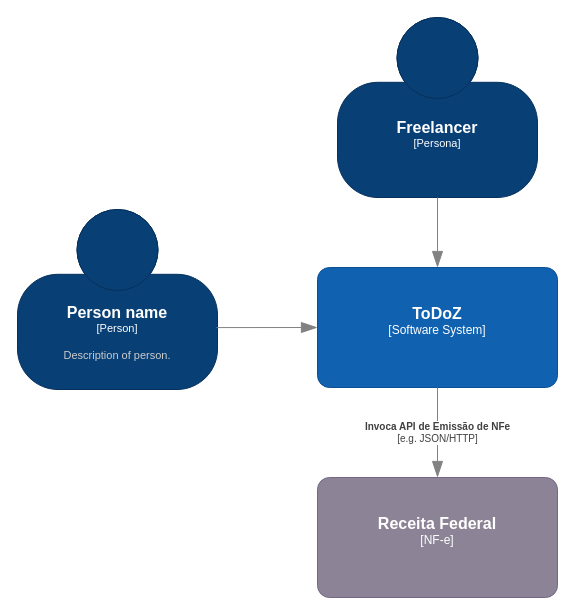
This is docs/figuras/diagrama-de-contexto.drawio from olivierrubinger/PetGo, a draw.io file, before an edit. Source tidied: cells renumbered, new cells numbered last; positions are measured from the earlier drawing's top-left corner, leaving out a move shared by most shapes. Both pictures are drawn from the tidied source at 100%, with x=0, y=0 at pixel (17, 17).
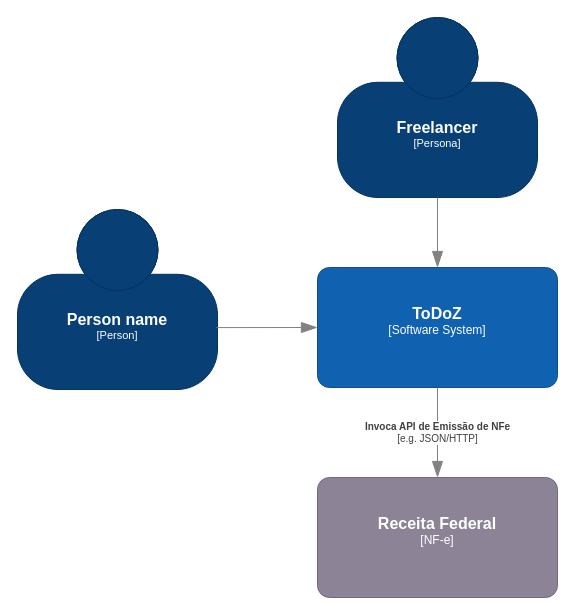
Above is the later version.

The edit, as a diff of the source:
```diff
@@
 <mxGraphModel>
   <root>
     <mxCell id="0" />
     <mxCell id="1" parent="0" />
     <object id="2" label="&lt;font style=&quot;font-size: 16px&quot;&gt;&lt;b&gt;%c4Name%&lt;/b&gt;&lt;/font&gt;&lt;div&gt;[%c4Type%]&lt;/div&gt;&lt;br&gt;&lt;div&gt;&lt;font style=&quot;font-size: 11px&quot;&gt;&lt;font color=&quot;#cccccc&quot;&gt;%c4Description%&lt;/font&gt;&lt;/div&gt;" c4Description="" c4Name="Freelancer" c4Type="Persona" placeholders="1">
       <mxCell style="html=1;fontSize=11;dashed=0;whiteSpace=wrap;fillColor=#083F75;strokeColor=#06315C;fontColor=#ffffff;shape=mxgraph.c4.person2;align=center;points=[[0.5,0,0],[1,0.5,0],[1,0.75,0],[0.75,1,0],[0.5,1,0],[0.25,1,0],[0,0.75,0],[0,0.5,0]];" parent="1" vertex="1">
         <mxGeometry x="320" width="200" height="180" as="geometry" />
       </mxCell>
     </object>
     <object id="3" label="&lt;font style=&quot;font-size: 16px&quot;&gt;&lt;b&gt;%c4Name%&lt;/b&gt;&lt;/font&gt;&lt;div&gt;[%c4Type%]&lt;/div&gt;&lt;br&gt;&lt;div&gt;&lt;font style=&quot;font-size: 11px&quot;&gt;&lt;font color=&quot;#cccccc&quot;&gt;%c4Description%&lt;/font&gt;&lt;/div&gt;" c4Description="" c4Name="Receita Federal" c4Type="NF-e" placeholders="1">
       <mxCell style="rounded=1;whiteSpace=wrap;html=1;labelBackgroundColor=none;fillColor=#8C8496;fontColor=#ffffff;align=center;arcSize=10;strokeColor=#736782;points=[[0.25,0,0],[0.5,0,0],[0.75,0,0],[1,0.25,0],[1,0.5,0],[1,0.75,0],[0.75,1,0],[0.5,1,0],[0.25,1,0],[0,0.75,0],[0,0.5,0],[0,0.25,0]];" parent="1" vertex="1">
         <mxGeometry x="300" y="460" width="240" height="120" as="geometry" />
       </mxCell>
     </object>
-    <object id="4" label="&lt;font style=&quot;font-size: 16px&quot;&gt;&lt;b&gt;%c4Name%&lt;/b&gt;&lt;/font&gt;&lt;div&gt;[%c4Type%]&lt;/div&gt;&lt;br&gt;&lt;div&gt;&lt;font style=&quot;font-size: 11px&quot;&gt;&lt;font color=&quot;#cccccc&quot;&gt;%c4Description%&lt;/font&gt;&lt;/div&gt;" c4Description="Description of person." c4Name="Person name" c4Type="Person" placeholders="1">
+    <object id="4" label="&lt;font style=&quot;font-size: 16px&quot;&gt;&lt;b&gt;%c4Name%&lt;/b&gt;&lt;/font&gt;&lt;div&gt;[%c4Type%]&lt;/div&gt;&lt;br&gt;&lt;div&gt;&lt;font style=&quot;font-size: 11px&quot;&gt;&lt;font color=&quot;#cccccc&quot;&gt;%c4Description%&lt;/font&gt;&lt;/div&gt;" c4Description="" c4Name="Person name" c4Type="Person" placeholders="1">
       <mxCell style="html=1;fontSize=11;dashed=0;whiteSpace=wrap;fillColor=#083F75;strokeColor=#06315C;fontColor=#ffffff;shape=mxgraph.c4.person2;align=center;points=[[0.5,0,0],[1,0.5,0],[1,0.75,0],[0.75,1,0],[0.5,1,0],[0.25,1,0],[0,0.75,0],[0,0.5,0]];" parent="1" vertex="1">
         <mxGeometry y="192" width="200" height="180" as="geometry" />
       </mxCell>
     </object>
     <object id="5" label="&lt;font style=&quot;font-size: 16px&quot;&gt;&lt;b&gt;%c4Name%&lt;/b&gt;&lt;/font&gt;&lt;div&gt;[%c4Type%]&lt;/div&gt;&lt;br&gt;&lt;div&gt;&lt;font style=&quot;font-size: 11px&quot;&gt;&lt;font color=&quot;#cccccc&quot;&gt;%c4Description%&lt;/font&gt;&lt;/div&gt;" c4Description="" c4Name="ToDoZ" c4Type="Software System" placeholders="1">
       <mxCell style="rounded=1;whiteSpace=wrap;html=1;labelBackgroundColor=none;fillColor=#1061B0;fontColor=#ffffff;align=center;arcSize=10;strokeColor=#0D5091;points=[[0.25,0,0],[0.5,0,0],[0.75,0,0],[1,0.25,0],[1,0.5,0],[1,0.75,0],[0.75,1,0],[0.5,1,0],[0.25,1,0],[0,0.75,0],[0,0.5,0],[0,0.25,0]];" parent="1" vertex="1">
         <mxGeometry x="300" y="250" width="240" height="120" as="geometry" />
       </mxCell>
     </object>
     <object id="6" label="&lt;div style=&quot;text-align: left&quot;&gt;&lt;div style=&quot;text-align: center&quot;&gt;&lt;b&gt;%c4Description%&lt;/b&gt;&lt;/div&gt;&lt;div style=&quot;text-align: center&quot;&gt;[%c4Technology%]&lt;/div&gt;&lt;/div&gt;" c4Description="Invoca API de Emissão de NFe" c4Technology="e.g. JSON/HTTP" placeholders="1">
       <mxCell style="endArrow=blockThin;html=1;fontSize=10;fontColor=#404040;strokeWidth=1;endFill=1;strokeColor=#828282;elbow=vertical;endSize=14;startSize=14;jumpStyle=arc;jumpSize=16;rounded=0;edgeStyle=orthogonalEdgeStyle;entryX=0.5;entryY=0;entryDx=0;entryDy=0;entryPerimeter=0;exitX=0.5;exitY=1;exitDx=0;exitDy=0;exitPerimeter=0;" parent="1" edge="1" source="5" target="3">
         <mxGeometry relative="1" as="geometry" />
       </mxCell>
     </object>
     <mxCell id="7" style="endArrow=blockThin;html=1;fontSize=10;fontColor=#404040;strokeWidth=1;endFill=1;strokeColor=#828282;elbow=vertical;endSize=14;startSize=14;jumpStyle=arc;jumpSize=16;rounded=0;edgeStyle=orthogonalEdgeStyle;exitX=0.5;exitY=1;exitDx=0;exitDy=0;exitPerimeter=0;entryX=0.5;entryY=0;entryDx=0;entryDy=0;entryPerimeter=0;" parent="1" edge="1" source="2" target="5">
       <mxGeometry relative="1" as="geometry" />
     </mxCell>
     <mxCell id="8" style="endArrow=blockThin;html=1;fontSize=10;fontColor=#404040;strokeWidth=1;endFill=1;strokeColor=#828282;elbow=vertical;endSize=14;startSize=14;jumpStyle=arc;jumpSize=16;rounded=0;edgeStyle=orthogonalEdgeStyle;exitX=0.995;exitY=0.656;exitDx=0;exitDy=0;exitPerimeter=0;entryX=0;entryY=0.5;entryDx=0;entryDy=0;entryPerimeter=0;" parent="1" edge="1" source="4" target="5">
       <mxGeometry relative="1" as="geometry" />
     </mxCell>
   </root>
 </mxGraphModel>
```
